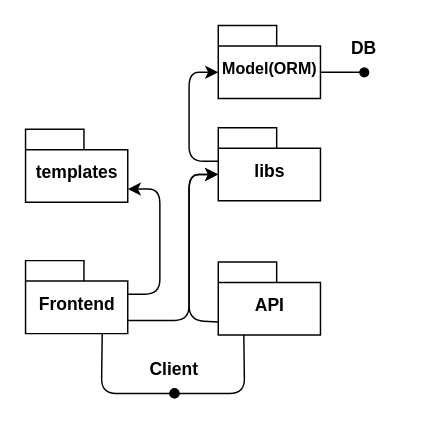
This is report/diagrams/model_view.drawio from sumrdev/mini-x, a draw.io file, before an edit. Source tidied: cells renumbered, new cells numbered last; positions are measured from the earlier drawing's top-left corner, leaving out a move shared by most shapes. Both pictures are drawn from the tidied source at 146%, with x=0, y=0 at pixel (25, 25).
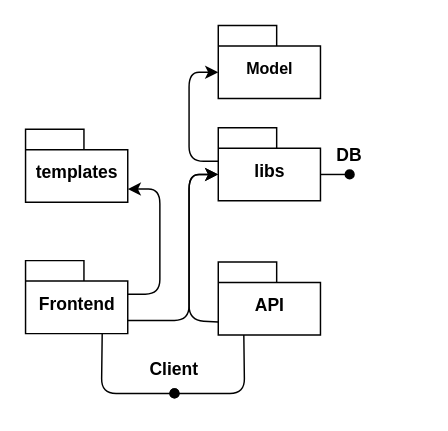
Above is the later version.

Unchanged cells that the change refers to:
```xml
<mxCell id="13" value="libs" style="shape=folder;fontStyle=1;spacingTop=10;tabWidth=40;tabHeight=14;tabPosition=left;html=1;fontSize=12;" parent="1" vertex="1">
  <mxGeometry x="132" y="70" width="70" height="50" as="geometry" />
</mxCell>
```

What changed in the source:
```diff
@@
-    <mxCell id="7" style="edgeStyle=none;html=1;exitX=0;exitY=0;exitDx=70;exitDy=32;exitPerimeter=0;fontSize=12;endArrow=oval;endFill=1;" parent="1" edge="1" source="8">
+    <mxCell id="7" style="edgeStyle=none;html=1;exitX=0;exitY=0;exitDx=70;exitDy=32;exitPerimeter=0;fontSize=12;endArrow=oval;endFill=1;" parent="1" edge="1" source="13">
       <mxGeometry relative="1" as="geometry">
-        <mxPoint x="232" y="32" as="targetPoint" />
+        <mxPoint x="222" y="102" as="targetPoint" />
       </mxGeometry>
     </mxCell>
-    <mxCell id="8" value="&lt;font style=&quot;font-size: 11px;&quot;&gt;Model(ORM)&lt;/font&gt;" style="shape=folder;fontStyle=1;spacingTop=10;tabWidth=40;tabHeight=14;tabPosition=left;html=1;" parent="1" vertex="1">
+    <mxCell id="8" value="&lt;font style=&quot;font-size: 11px;&quot;&gt;Model&lt;/font&gt;" style="shape=folder;fontStyle=1;spacingTop=10;tabWidth=40;tabHeight=14;tabPosition=left;html=1;" parent="1" vertex="1">
       <mxGeometry x="132" width="70" height="50" as="geometry" />
     </mxCell>
@@
     <mxCell id="14" value="DB" style="text;align=center;fontStyle=1;verticalAlign=middle;spacingLeft=3;spacingRight=3;strokeColor=none;fontSize=12;" parent="1" vertex="1">
-      <mxGeometry x="192" y="2" width="80" height="26" as="geometry" />
+      <mxGeometry x="182" y="75" width="80" height="26" as="geometry" />
     </mxCell>
```
